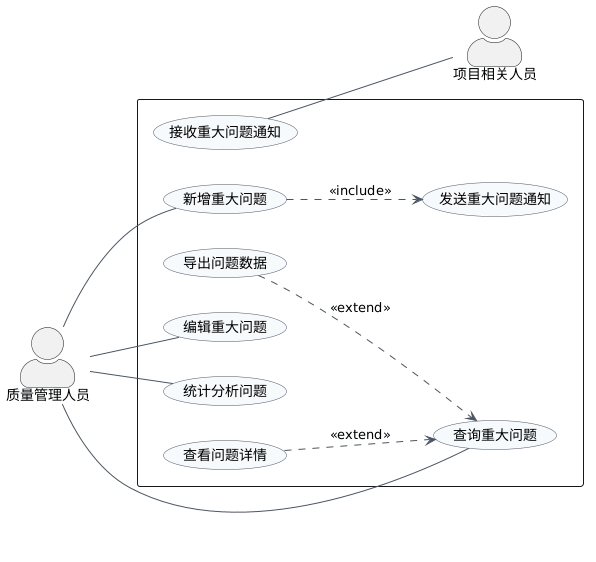
This is imgs/usecase/重大问题用例图.png from Moon-Knight1/SEU-Graduation-Thesis-Template, a PlantUML export, as it was before one commit.
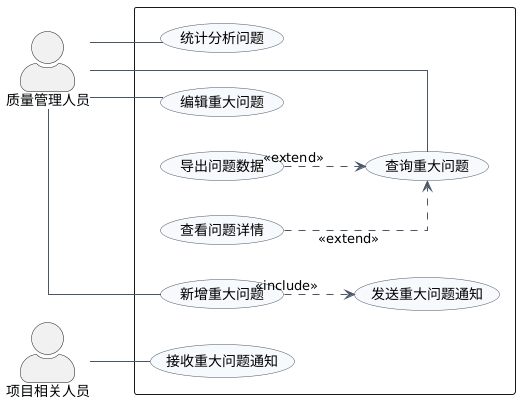
After the change.

Commit message:
第三章加了用例描述，第四章缩减篇幅，画了一张总体ER图

Change to the diagram source:
```diff
@@ -3,6 +3,7 @@
 skinparam shadowing false
 skinparam actorStyle awesome
 skinparam packageStyle rectangle
+skinparam linetype ortho
 skinparam usecase {
   BorderColor #4A5568
   BackgroundColor #F7FAFC
@@ -24,7 +25,7 @@
 Manager -- UC_Stats
 Manager -- UC_Add
 Manager -- UC_Edit
-UC_RecvMessage -- Member
+Member -- UC_RecvMessage
 
 UC_View ..> UC_Query : <<extend>>
 UC_Export ..> UC_Query : <<extend>>
```
